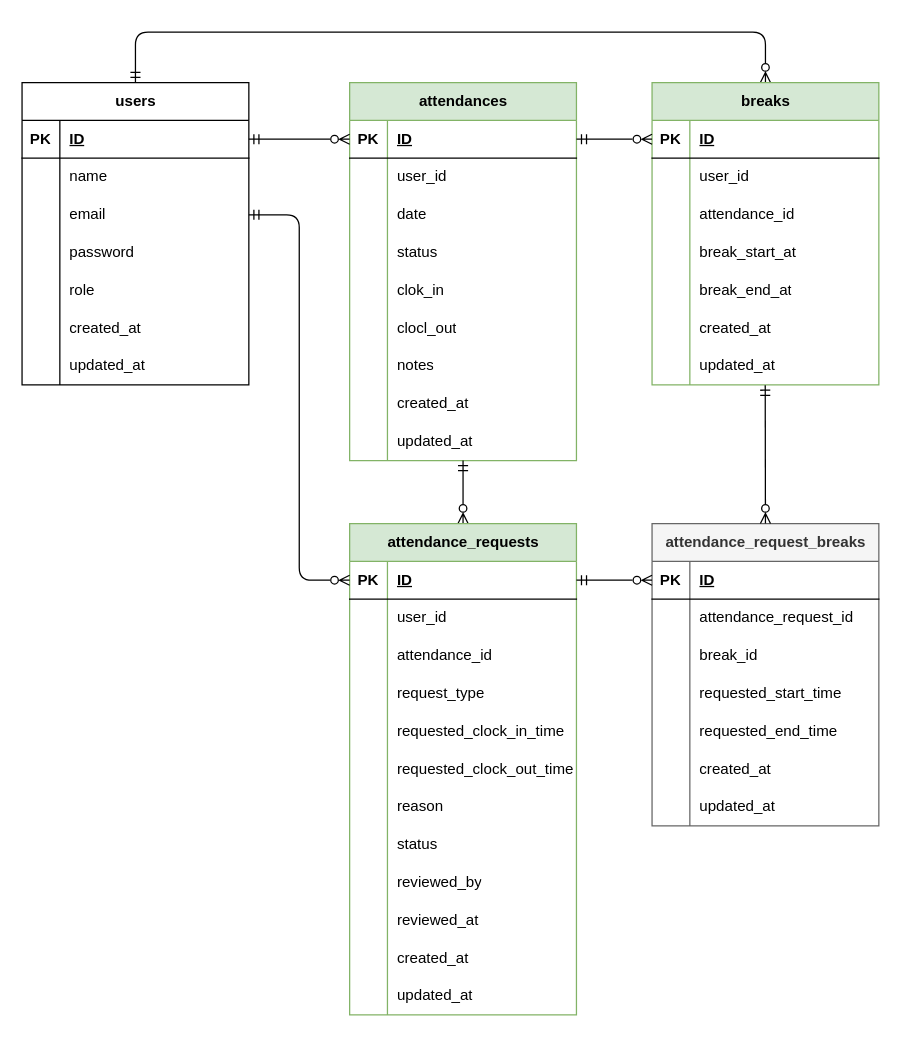
Above: docs/er.drawio in tommy311111/work-attendance-app (draw.io), before the change. Source tidied: cells renumbered, new cells numbered last; positions are measured from the earlier drawing's top-left corner, leaving out a move shared by most shapes. Both pictures are drawn from the tidied source at 126%, with x=0, y=0 at pixel (21, 32).
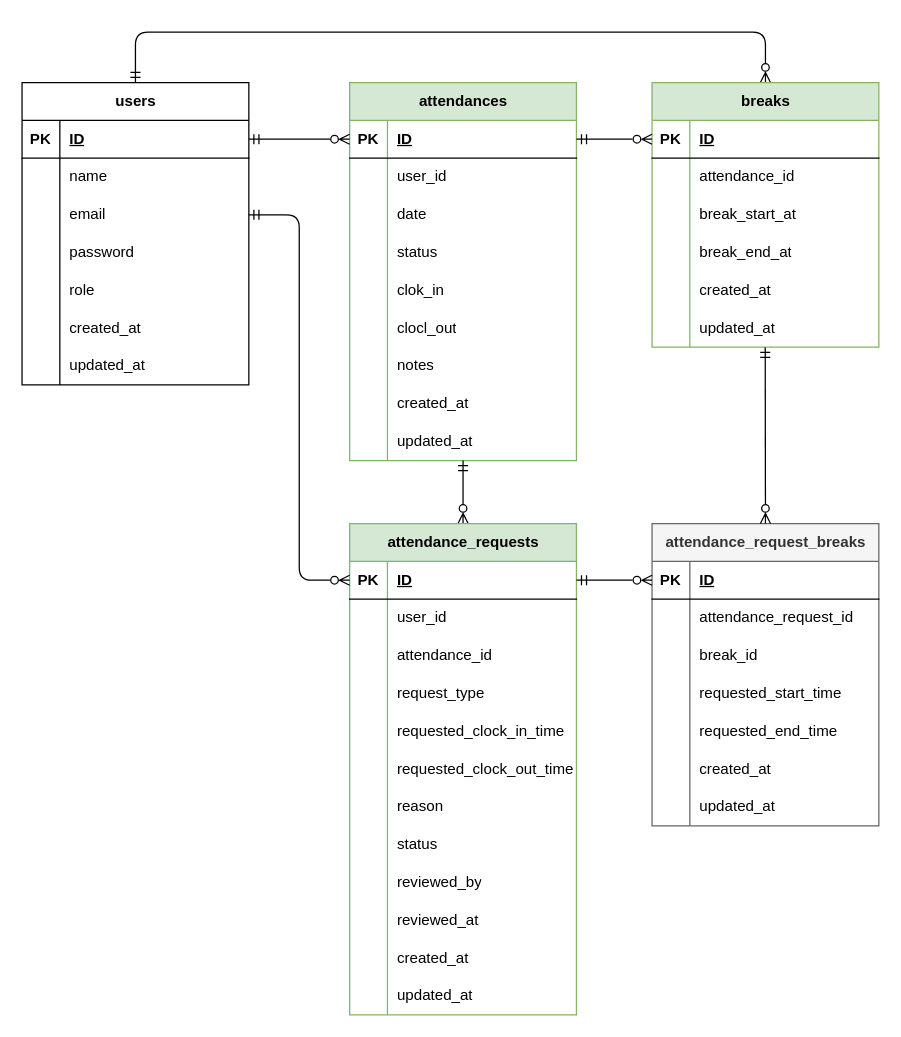
Above is the later version.

What changed in the source:
```diff
@@
     <mxCell id="53" value="breaks" style="shape=table;startSize=30;childLayout=tableLayout;rowLines=0;fontStyle=1;align=center;html=1;fillColor=#d5e8d4;strokeColor=#82b366;" parent="1" vertex="1">
-      <mxGeometry x="500" y="40" width="180" height="240" as="geometry" />
+      <mxGeometry x="500" y="40" width="180" height="210" as="geometry" />
     </mxCell>
@@
-    <mxCell id="57" style="shape=tableRow;horizontal=0;startSize=0;swimlaneHead=0;swimlaneBody=0;fillColor=none;top=0;left=0;right=0;bottom=0;" parent="53" vertex="1">
-      <mxGeometry y="60" width="180" height="30" as="geometry" />
-    </mxCell>
-    <mxCell id="58" style="shape=partialRectangle;fillColor=none;top=0;left=0;bottom=0;right=0;overflow=hidden;whiteSpace=wrap;html=1;" parent="57" vertex="1">
-      <mxGeometry width="30" height="30" as="geometry" />
-    </mxCell>
-    <mxCell id="59" value="&lt;span style=&quot;color: rgb(0, 0, 0);&quot;&gt;user_id&lt;/span&gt;" style="shape=partialRectangle;fillColor=none;top=0;left=0;bottom=0;right=0;align=left;spacingLeft=6;overflow=hidden;whiteSpace=wrap;html=1;" parent="57" vertex="1">
-      <mxGeometry x="30" width="150" height="30" as="geometry" />
-    </mxCell>
     <mxCell id="60" style="shape=tableRow;horizontal=0;startSize=0;swimlaneHead=0;swimlaneBody=0;fillColor=none;top=0;left=0;right=0;bottom=0;" parent="53" vertex="1">
-      <mxGeometry y="90" width="180" height="30" as="geometry" />
+      <mxGeometry y="60" width="180" height="30" as="geometry" />
     </mxCell>
@@
     <mxCell id="63" style="shape=tableRow;horizontal=0;startSize=0;swimlaneHead=0;swimlaneBody=0;fillColor=none;top=0;left=0;right=0;bottom=0;" parent="53" vertex="1">
-      <mxGeometry y="120" width="180" height="30" as="geometry" />
+      <mxGeometry y="90" width="180" height="30" as="geometry" />
     </mxCell>
@@
     <mxCell id="66" style="shape=tableRow;horizontal=0;startSize=0;swimlaneHead=0;swimlaneBody=0;fillColor=none;top=0;left=0;right=0;bottom=0;" parent="53" vertex="1">
-      <mxGeometry y="150" width="180" height="30" as="geometry" />
+      <mxGeometry y="120" width="180" height="30" as="geometry" />
     </mxCell>
@@
     <mxCell id="69" style="shape=tableRow;horizontal=0;startSize=0;swimlaneHead=0;swimlaneBody=0;fillColor=none;top=0;left=0;right=0;bottom=0;" parent="53" vertex="1">
-      <mxGeometry y="180" width="180" height="30" as="geometry" />
+      <mxGeometry y="150" width="180" height="30" as="geometry" />
     </mxCell>
@@
     <mxCell id="72" style="shape=tableRow;horizontal=0;startSize=0;swimlaneHead=0;swimlaneBody=0;fillColor=none;points=[[0,0.5],[1,0.5]];portConstraint=eastwest;top=0;left=0;right=0;bottom=0;" parent="53" vertex="1">
-      <mxGeometry y="210" width="180" height="30" as="geometry" />
+      <mxGeometry y="180" width="180" height="30" as="geometry" />
     </mxCell>
```
